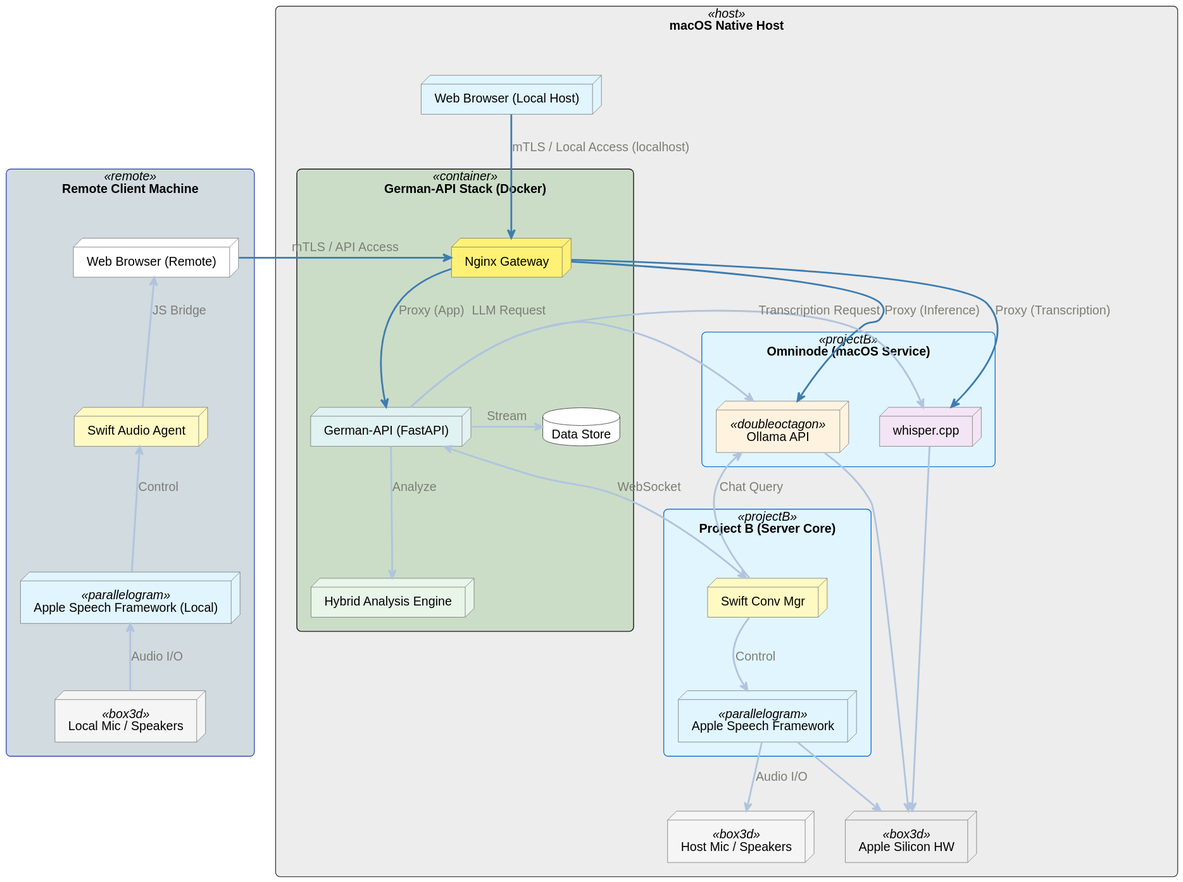
Earlier version of the PlantUML export plantuml/OmniLingua.svg (mi-parkes/visualization). Its diagram source:
```plantuml
@startuml
!pragma svgMetadata false

!$icolor = "#LightSteelBlue"

skinparam backgroundcolor transparent
skinparam shadowing false
skinparam roundCorner 10
skinparam DefaultFontName Helvetica

skinparam arrow {
    Color #3e7caf
    Thickness 2
    FontColor #7d7d75
    FontSize 14
    Linetype ortho
}

!define LINE_COLOR #444444
!define CLUSTER_HOST #F2F2F2
!define CLUSTER_PROJ_B #E1F5FE
!define CLUSTER_NGINX #FFF9C4
!define CLUSTER_REMOTE #E8EAF6

skinparam rectangle {
    BackgroundColor<<host>> CLUSTER_HOST
    BorderColor<<host>> LINE_COLOR
    BackgroundColor<<projectB>> CLUSTER_PROJ_B
    BorderColor<<projectB>> #1976D2
    BackgroundColor<<remote>> CLUSTER_REMOTE
    BorderColor<<remote>> #3F51B5
    BackgroundColor<<nginx>> CLUSTER_NGINX
}

skinparam node {
    BackgroundColor #FFFFFF
    BorderColor #666666
}


rectangle "Remote Client Machine" <<remote>> #d1dbe0 {
    node "Web Browser (Remote)" as RemoteClient #FFFFFF
    node "Swift Audio Agent" as ClientAgent #FFF9C4
    node "Apple Speech Framework (Local)" as ClientSpeech <<parallelogram>> #E1F5FE
    node "Local Mic / Speakers" as ClientHW <<box3d>> #F5F5F5

    ClientHW -up[$icolor]-> ClientSpeech : Audio I/O
    ClientSpeech -up[$icolor]-> ClientAgent : Control
    ClientAgent -up[$icolor]-> RemoteClient : JS Bridge
}

rectangle "macOS Native Host" <<host>> #ededed {

    node "Web Browser (Local Host)" as LocalBrowser #E1F5FE

    rectangle "German-API Stack (Docker)" <<container>> #cbddc7 {
        node "Nginx Gateway" as Nginx #FFF176
        node "German-API (FastAPI)" as GermanAPI #E0F2F1
        node "Hybrid Analysis Engine" as HybridEngine #E8F5E9
        database "Data Store" as Assets #FFFFFF

        Nginx -down-> GermanAPI : Proxy (App)
    }

    rectangle "Omninode (macOS Service)" <<projectB>> {
        node "Ollama API" as Ollama <<doubleoctagon>> #FFF3E0
        node "whisper.cpp" as Whisper #F3E5F5
    }

    rectangle "Project B (Server Core)" <<projectB>> {
        node "Swift Conv Mgr" as ConvMgr #FFF9C4
        node "Apple Speech Framework" as NativeAudio <<parallelogram>> #E1F5FE
    }

    node "Host Mic / Speakers" as HostAudioIO <<box3d>> #F5F5F5
    node "Apple Silicon HW" as HW <<box3d>> #EEEEEE
}


RemoteClient -right-> Nginx : mTLS / API Access
LocalBrowser -down-> Nginx : mTLS / Local Access (localhost)

Nginx -right-> Whisper : Proxy (Transcription)
Nginx -right-> Ollama : Proxy (Inference)

GermanAPI -down[$icolor]-> HybridEngine : Analyze
GermanAPI -right[$icolor]-> Assets : Stream
NativeAudio -down[$icolor]-> HostAudioIO : Audio I/O
ConvMgr -down[$icolor]-> NativeAudio : Control
ConvMgr -up[$icolor]-> Ollama : Chat Query
GermanAPI -right[$icolor]-> Ollama : LLM Request
GermanAPI -right[$icolor]-> Whisper : Transcription Request
GermanAPI <-[$icolor]> ConvMgr : WebSocket

NativeAudio -down[$icolor]-> HW
Whisper -down[$icolor]-> HW
Ollama -down[$icolor]-> HW
@enduml
```
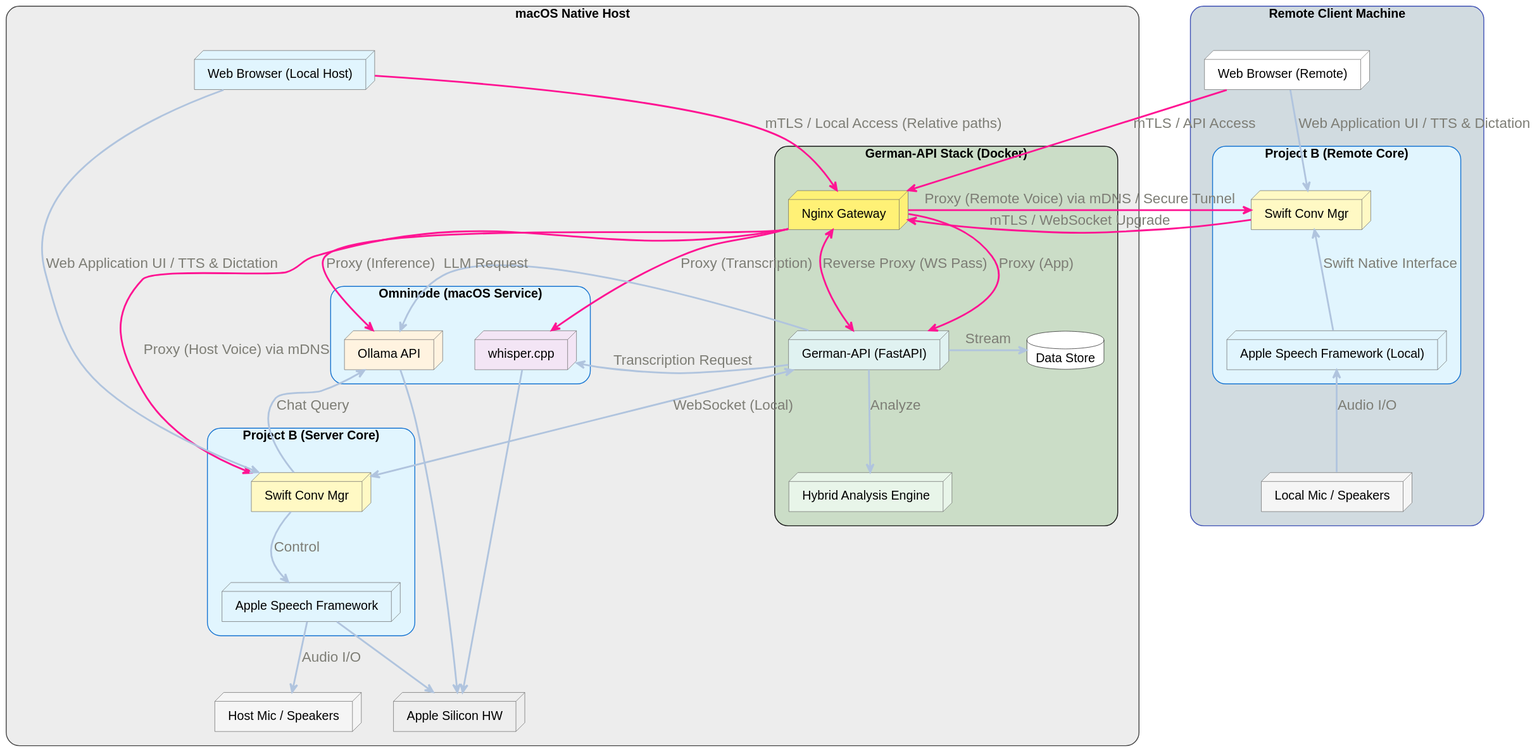
After the commit.

Commit message:
docs: refine OmniLingua diagram with mTLS Nginx Gateway setup

Diff of the diagram source:
```diff
@@ -1,19 +1,21 @@
 @startuml
 !pragma svgMetadata false
+
+hide stereotypes
 
 !$icolor = "#LightSteelBlue"
 
 skinparam backgroundcolor transparent
 skinparam shadowing false
-skinparam roundCorner 10
+skinparam roundCorner 30
 skinparam DefaultFontName Helvetica
 
 skinparam arrow {
-    Color #3e7caf
+    Color #DeepPink
     Thickness 2
     FontColor #7d7d75
-    FontSize 14
-    Linetype ortho
+    FontSize 16
+    Linetype splines
 }
 
 !define LINE_COLOR #444444
@@ -40,13 +42,17 @@
 
 rectangle "Remote Client Machine" <<remote>> #d1dbe0 {
     node "Web Browser (Remote)" as RemoteClient #FFFFFF
-    node "Swift Audio Agent" as ClientAgent #FFF9C4
-    node "Apple Speech Framework (Local)" as ClientSpeech <<parallelogram>> #E1F5FE
+
+    rectangle "Project B (Remote Core)" <<projectB>> {
+        node "Swift Conv Mgr" as ClientConvMgr #FFF9C4
+        node "Apple Speech Framework (Local)" as ClientSpeech <<parallelogram>> #E1F5FE
+    }
+
     node "Local Mic / Speakers" as ClientHW <<box3d>> #F5F5F5
 
     ClientHW -up[$icolor]-> ClientSpeech : Audio I/O
-    ClientSpeech -up[$icolor]-> ClientAgent : Control
-    ClientAgent -up[$icolor]-> RemoteClient : JS Bridge
+    ClientSpeech -up[$icolor]-> ClientConvMgr : Swift Native Interface
+    RemoteClient -down[$icolor]-> ClientConvMgr : Web Application UI / TTS & Dictation
 }
 
 rectangle "macOS Native Host" <<host>> #ededed {
@@ -78,10 +84,15 @@
 
 
 RemoteClient -right-> Nginx : mTLS / API Access
-LocalBrowser -down-> Nginx : mTLS / Local Access (localhost)
+LocalBrowser -down-> Nginx : mTLS / Local Access (Relative paths)
 
 Nginx -right-> Whisper : Proxy (Transcription)
 Nginx -right-> Ollama : Proxy (Inference)
+
+Nginx -down-> ConvMgr : Proxy (Host Voice) via mDNS
+Nginx -left-> ClientConvMgr : Proxy (Remote Voice) via mDNS / Secure Tunnel
+
+LocalBrowser -down[$icolor]-> ConvMgr : Web Application UI / TTS & Dictation
 
 GermanAPI -down[$icolor]-> HybridEngine : Analyze
 GermanAPI -right[$icolor]-> Assets : Stream
@@ -90,7 +101,10 @@
 ConvMgr -up[$icolor]-> Ollama : Chat Query
 GermanAPI -right[$icolor]-> Ollama : LLM Request
 GermanAPI -right[$icolor]-> Whisper : Transcription Request
-GermanAPI <-[$icolor]> ConvMgr : WebSocket
+
+GermanAPI <-[$icolor]> ConvMgr : WebSocket (Local)
+ClientConvMgr -right-> Nginx : mTLS / WebSocket Upgrade
+Nginx <-> GermanAPI : Reverse Proxy (WS Pass)
 
 NativeAudio -down[$icolor]-> HW
 Whisper -down[$icolor]-> HW
```
